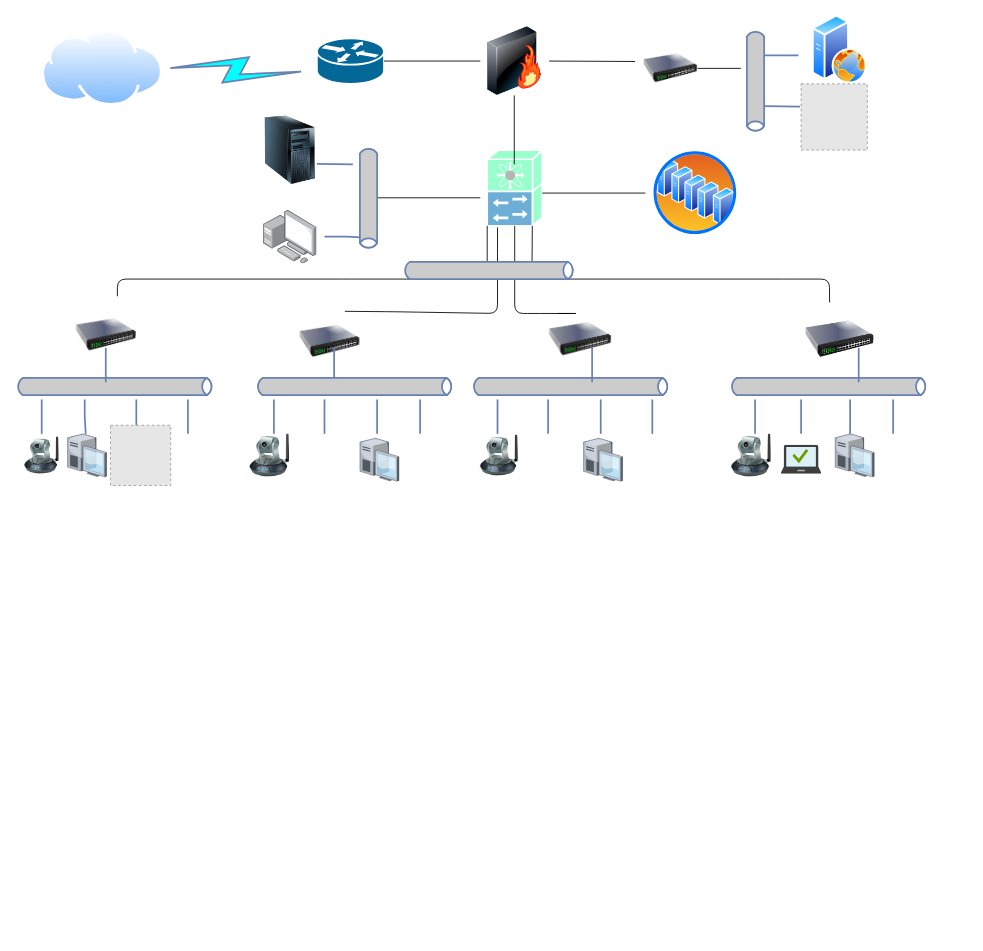
The draw.io diagram Untitled Diagram.drawio in quangcuong99/f, before the edit. Source tidied: cells renumbered, new cells numbered last; positions are measured from the earlier drawing's top-left corner, leaving out a move shared by most shapes. Both pictures are drawn from the tidied source at 86%, with x=0, y=0 at pixel (15, 15). Pictures stored in the file or linked from it are replaced by grey dashed boxes.
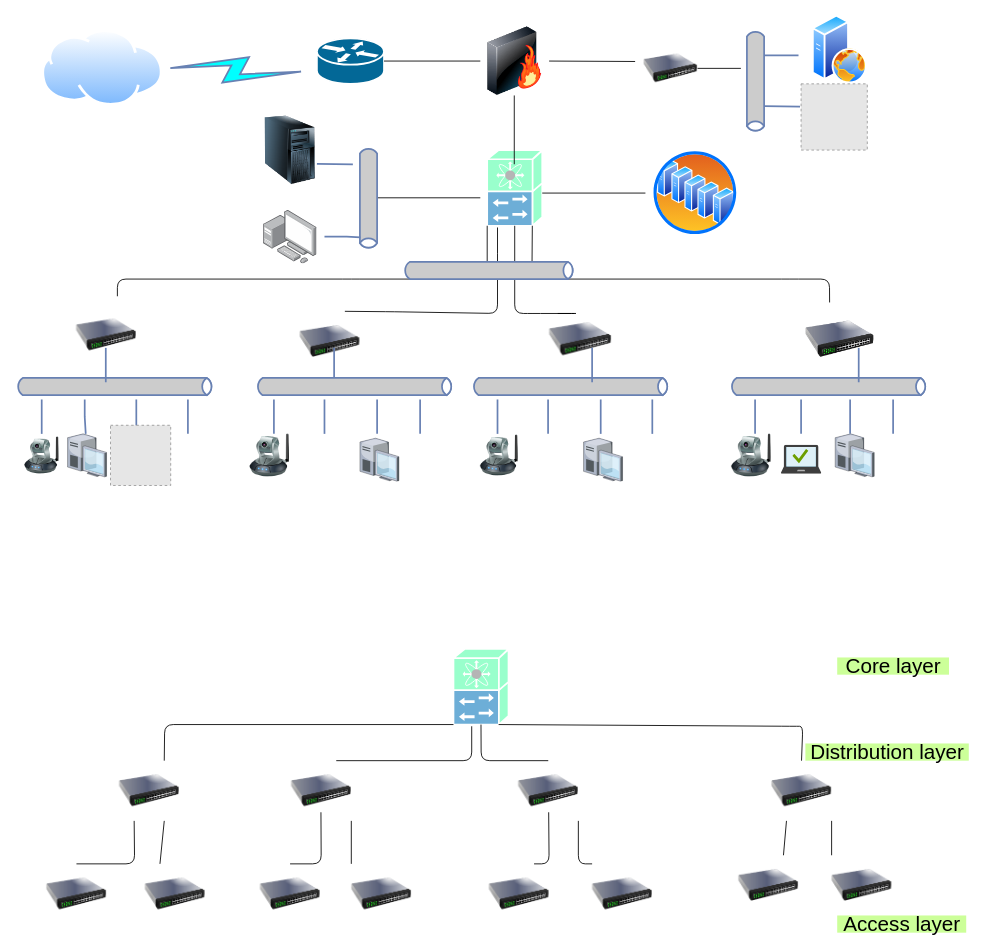
After the change.

Diff of the diagram source:
```diff
@@
+    <mxCell id="70" style="shape=mxgraph.cisco.controllers_and_modules.10ge_fcoe;html=1;dashed=0;fillColor=#99FFCC;strokeColor=#ffffff;strokeWidth=2;verticalLabelPosition=bottom;verticalAlign=top;align=center;outlineConnect=0;" parent="1" vertex="1">
+      <mxGeometry x="508.8" y="737" width="64" height="88" as="geometry" />
+    </mxCell>
+    <mxCell id="71" style="image;html=1;image=img/lib/clip_art/networking/Switch_128x128.png;fillColor=#99FFCC;" parent="1" vertex="1">
+      <mxGeometry x="120" y="867" width="70" height="70" as="geometry" />
+    </mxCell>
+    <mxCell id="72" style="image;html=1;image=img/lib/clip_art/networking/Switch_128x128.png;fillColor=#99FFCC;" parent="1" vertex="1">
+      <mxGeometry x="320" y="867" width="70" height="70" as="geometry" />
+    </mxCell>
+    <mxCell id="73" style="image;html=1;image=img/lib/clip_art/networking/Switch_128x128.png;fillColor=#99FFCC;" parent="1" vertex="1">
+      <mxGeometry x="878.5" y="867" width="70" height="70" as="geometry" />
+    </mxCell>
+    <mxCell id="74" style="image;html=1;image=img/lib/clip_art/networking/Switch_128x128.png;fillColor=#99FFCC;" parent="1" vertex="1">
+      <mxGeometry x="584" y="867" width="70" height="70" as="geometry" />
+    </mxCell>
+    <mxCell id="75" style="endArrow=none;html=1;shadow=0;strokeWidth=1;entryX=0;entryY=1;entryDx=0;entryDy=0;entryPerimeter=0;exitX=0.75;exitY=0;exitDx=0;exitDy=0;" parent="1" edge="1" source="71" target="70">
+      <mxGeometry relative="1" as="geometry">
+        <Array as="points">
+          <mxPoint x="173" y="825" />
+        </Array>
+      </mxGeometry>
+    </mxCell>
+    <mxCell id="76" style="endArrow=none;html=1;shadow=0;strokeWidth=1;exitX=0.75;exitY=0;exitDx=0;exitDy=0;" parent="1" edge="1" source="72">
+      <mxGeometry relative="1" as="geometry">
+        <mxPoint x="530" y="827" as="targetPoint" />
+        <Array as="points">
+          <mxPoint x="530" y="867" />
+        </Array>
+      </mxGeometry>
+    </mxCell>
+    <mxCell id="77" style="endArrow=none;html=1;shadow=0;strokeWidth=1;entryX=0.5;entryY=1;entryDx=0;entryDy=0;entryPerimeter=0;exitX=0.5;exitY=0;exitDx=0;exitDy=0;" parent="1" edge="1" source="74" target="70">
+      <mxGeometry relative="1" as="geometry">
+        <Array as="points">
+          <mxPoint x="541" y="867" />
+        </Array>
+      </mxGeometry>
+    </mxCell>
+    <mxCell id="78" style="endArrow=none;html=1;shadow=0;strokeWidth=1;entryX=0.5;entryY=0;entryDx=0;entryDy=0;exitX=0.82;exitY=1;exitDx=0;exitDy=0;exitPerimeter=0;" parent="1" edge="1" source="70" target="73">
+      <mxGeometry relative="1" as="geometry">
+        <Array as="points">
+          <mxPoint x="900" y="827" />
+          <mxPoint x="915" y="827" />
+        </Array>
+      </mxGeometry>
+    </mxCell>
+    <mxCell id="79" style="image;html=1;image=img/lib/clip_art/networking/Switch_128x128.png;fillColor=#99FFCC;" parent="1" vertex="1">
+      <mxGeometry x="35.4" y="987" width="70" height="70" as="geometry" />
+    </mxCell>
+    <mxCell id="80" style="image;html=1;image=img/lib/clip_art/networking/Switch_128x128.png;fillColor=#99FFCC;" parent="1" vertex="1">
+      <mxGeometry x="150" y="987" width="70" height="70" as="geometry" />
+    </mxCell>
+    <mxCell id="81" style="image;html=1;image=img/lib/clip_art/networking/Switch_128x128.png;fillColor=#99FFCC;" parent="1" vertex="1">
+      <mxGeometry x="840" y="977" width="70" height="70" as="geometry" />
+    </mxCell>
+    <mxCell id="82" style="image;html=1;image=img/lib/clip_art/networking/Switch_128x128.png;fillColor=#99FFCC;" parent="1" vertex="1">
+      <mxGeometry x="670" y="987" width="70" height="70" as="geometry" />
+    </mxCell>
+    <mxCell id="83" style="image;html=1;image=img/lib/clip_art/networking/Switch_128x128.png;fillColor=#99FFCC;" parent="1" vertex="1">
+      <mxGeometry x="550" y="987" width="70" height="70" as="geometry" />
+    </mxCell>
+    <mxCell id="84" style="image;html=1;image=img/lib/clip_art/networking/Switch_128x128.png;fillColor=#99FFCC;" parent="1" vertex="1">
+      <mxGeometry x="390" y="987" width="70" height="70" as="geometry" />
+    </mxCell>
+    <mxCell id="85" style="image;html=1;image=img/lib/clip_art/networking/Switch_128x128.png;fillColor=#99FFCC;" parent="1" vertex="1">
+      <mxGeometry x="283.8" y="987" width="70" height="70" as="geometry" />
+    </mxCell>
+    <mxCell id="86" style="image;html=1;image=img/lib/clip_art/networking/Switch_128x128.png;fillColor=#99FFCC;" parent="1" vertex="1">
+      <mxGeometry x="948.5" y="977" width="70" height="70" as="geometry" />
+    </mxCell>
+    <mxCell id="87" style="endArrow=none;html=1;shadow=0;strokeWidth=1;exitX=0.5;exitY=0;exitDx=0;exitDy=0;entryX=0.25;entryY=1;entryDx=0;entryDy=0;" parent="1" edge="1" source="79" target="71">
+      <mxGeometry relative="1" as="geometry">
+        <Array as="points">
+          <mxPoint x="138" y="987" />
+        </Array>
+      </mxGeometry>
+    </mxCell>
+    <mxCell id="88" style="endArrow=none;html=1;shadow=0;strokeWidth=1;exitX=0.75;exitY=0;exitDx=0;exitDy=0;entryX=0.25;entryY=1;entryDx=0;entryDy=0;" parent="1" edge="1" source="83">
+      <mxGeometry relative="1" as="geometry">
+        <mxPoint x="619.5" y="927" as="targetPoint" />
+        <Array as="points">
+          <mxPoint x="620" y="987" />
+        </Array>
+      </mxGeometry>
+    </mxCell>
+    <mxCell id="89" style="endArrow=none;html=1;shadow=0;strokeWidth=1;exitX=0.5;exitY=0;exitDx=0;exitDy=0;entryX=0.25;entryY=1;entryDx=0;entryDy=0;" parent="1" edge="1" source="85">
+      <mxGeometry relative="1" as="geometry">
+        <mxPoint x="354.7" y="927" as="targetPoint" />
+        <Array as="points">
+          <mxPoint x="355" y="987" />
+        </Array>
+      </mxGeometry>
+    </mxCell>
+    <mxCell id="90" style="endArrow=none;html=1;shadow=0;strokeWidth=1;exitX=0.75;exitY=1;exitDx=0;exitDy=0;entryX=0.25;entryY=0;entryDx=0;entryDy=0;" parent="1" edge="1" source="71" target="80">
+      <mxGeometry relative="1" as="geometry" />
+    </mxCell>
+    <mxCell id="91" style="endArrow=none;html=1;shadow=0;strokeWidth=1;exitX=1;exitY=1;exitDx=0;exitDy=0;entryX=0;entryY=0;entryDx=0;entryDy=0;" parent="1" edge="1" source="72" target="84">
+      <mxGeometry relative="1" as="geometry" />
+    </mxCell>
+    <mxCell id="92" style="endArrow=none;html=1;shadow=0;strokeWidth=1;exitX=1;exitY=1;exitDx=0;exitDy=0;entryX=0;entryY=0;entryDx=0;entryDy=0;" parent="1" edge="1" source="74" target="82">
+      <mxGeometry relative="1" as="geometry">
+        <Array as="points">
+          <mxPoint x="654" y="987" />
+        </Array>
+      </mxGeometry>
+    </mxCell>
+    <mxCell id="93" style="endArrow=none;html=1;shadow=0;strokeWidth=1;exitX=0.25;exitY=1;exitDx=0;exitDy=0;entryX=0.75;entryY=0;entryDx=0;entryDy=0;" parent="1" edge="1" source="73" target="81">
+      <mxGeometry relative="1" as="geometry" />
+    </mxCell>
+    <mxCell id="94" style="endArrow=none;html=1;shadow=0;strokeWidth=1;exitX=1;exitY=1;exitDx=0;exitDy=0;entryX=0;entryY=0;entryDx=0;entryDy=0;" parent="1" edge="1" source="73" target="86">
+      <mxGeometry relative="1" as="geometry" />
+    </mxCell>
+    <mxCell id="95" value="&lt;font style=&quot;font-size: 24px&quot;&gt;Core layer&lt;/font&gt;" style="text;html=1;align=center;verticalAlign=middle;fillColor=#CCFF99;strokeColor=none;rounded=0;shadow=0;" parent="1" vertex="1">
+      <mxGeometry x="955" y="747" width="130" height="20" as="geometry" />
+    </mxCell>
+    <mxCell id="96" value="&lt;font style=&quot;font-size: 24px&quot;&gt;Distribution layer&lt;/font&gt;" style="text;html=1;align=center;verticalAlign=middle;fillColor=#CCFF99;strokeColor=none;rounded=0;shadow=0;" parent="1" vertex="1">
+      <mxGeometry x="918" y="847" width="190" height="20" as="geometry" />
+    </mxCell>
+    <mxCell id="97" value="&lt;font style=&quot;font-size: 24px&quot;&gt;Access layer&lt;/font&gt;" style="text;html=1;align=center;verticalAlign=middle;fillColor=#CCFF99;strokeColor=none;rounded=0;shadow=0;" parent="1" vertex="1">
+      <mxGeometry x="955" y="1047" width="150" height="20" as="geometry" />
+    </mxCell>
```
